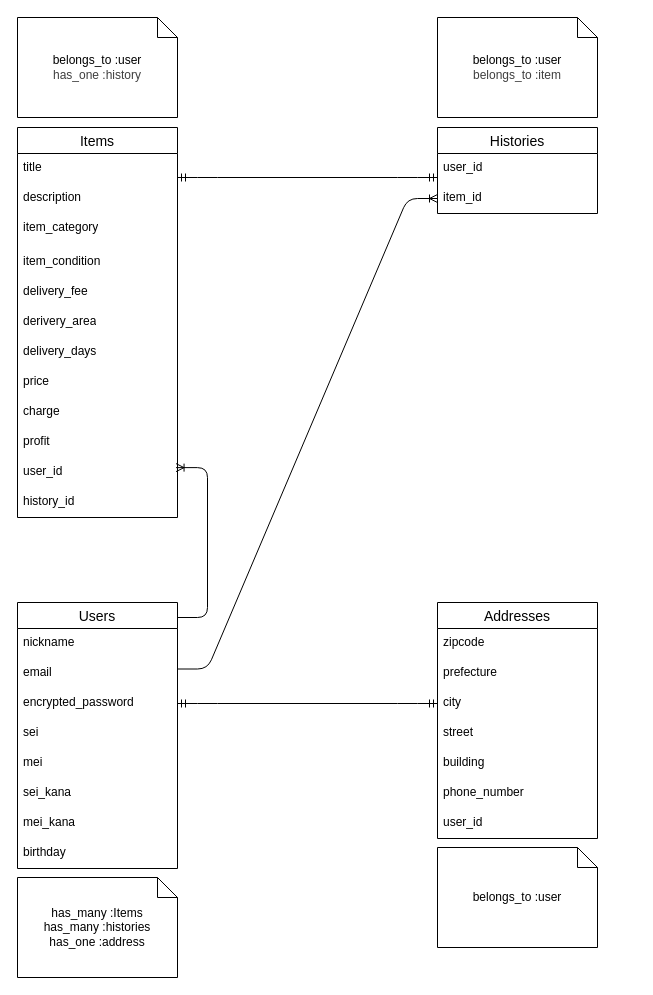
This is furima.dio from chiakirinn1717/furima-41971, a draw.io file, before an edit. Source tidied: cells renumbered, new cells numbered last; positions are measured from the earlier drawing's top-left corner, leaving out a move shared by most shapes. Both pictures are drawn from the tidied source at 100%, with x=0, y=0 at pixel (17, 17).
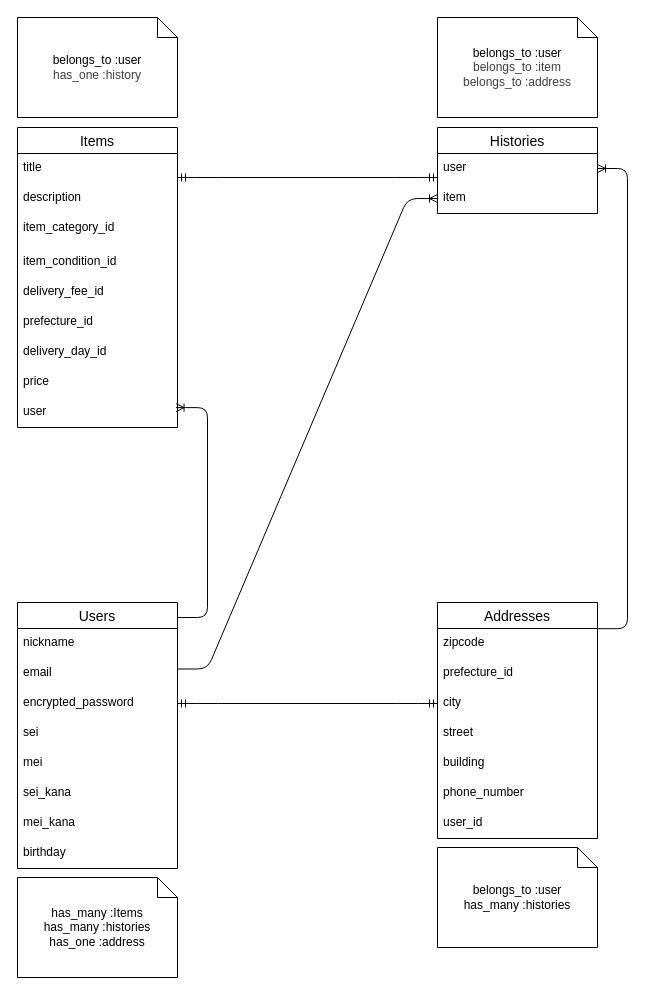
After the change.

The change refers to these unchanged cells:
```xml
<mxCell id="24" value="Addresses" style="swimlane;fontStyle=0;horizontal=1;startSize=26;align=center;fontSize=14;" parent="1" vertex="1">
  <mxGeometry x="420" y="585" width="160" height="236" as="geometry" />
</mxCell>
<mxCell id="37" value="Histories" style="swimlane;fontStyle=0;horizontal=1;startSize=26;align=center;fontSize=14;" parent="1" vertex="1">
  <mxGeometry x="420" y="110" width="160" height="86" as="geometry" />
</mxCell>
```

What changed in the source:
```diff
@@
     <mxCell id="11" value="Items" style="swimlane;fontStyle=0;horizontal=1;startSize=26;align=center;fontSize=14;" parent="1" vertex="1">
-      <mxGeometry y="110" width="160" height="390" as="geometry" />
+      <mxGeometry y="110" width="160" height="300" as="geometry" />
     </mxCell>
@@
-    <mxCell id="14" value="item_category" style="text;strokeColor=none;fillColor=none;spacingLeft=4;spacingRight=4;overflow=hidden;fontSize=12;whiteSpace=wrap;html=1;" parent="11" vertex="1">
+    <mxCell id="14" value="item_category_id" style="text;strokeColor=none;fillColor=none;spacingLeft=4;spacingRight=4;overflow=hidden;fontSize=12;whiteSpace=wrap;html=1;" parent="11" vertex="1">
       <mxGeometry y="86" width="160" height="34" as="geometry" />
     </mxCell>
-    <mxCell id="15" value="item_condition" style="text;strokeColor=none;fillColor=none;spacingLeft=4;spacingRight=4;overflow=hidden;fontSize=12;whiteSpace=wrap;html=1;" parent="11" vertex="1">
+    <mxCell id="15" value="item_condition_id" style="text;strokeColor=none;fillColor=none;spacingLeft=4;spacingRight=4;overflow=hidden;fontSize=12;whiteSpace=wrap;html=1;" parent="11" vertex="1">
       <mxGeometry y="120" width="160" height="30" as="geometry" />
     </mxCell>
-    <mxCell id="16" value="delivery_fee" style="text;strokeColor=none;fillColor=none;spacingLeft=4;spacingRight=4;overflow=hidden;fontSize=12;whiteSpace=wrap;html=1;" parent="11" vertex="1">
+    <mxCell id="16" value="delivery_fee_id" style="text;strokeColor=none;fillColor=none;spacingLeft=4;spacingRight=4;overflow=hidden;fontSize=12;whiteSpace=wrap;html=1;" parent="11" vertex="1">
       <mxGeometry y="150" width="160" height="30" as="geometry" />
     </mxCell>
-    <mxCell id="17" value="derivery_area" style="text;strokeColor=none;fillColor=none;spacingLeft=4;spacingRight=4;overflow=hidden;fontSize=12;whiteSpace=wrap;html=1;" parent="11" vertex="1">
+    <mxCell id="17" value="prefecture_id" style="text;strokeColor=none;fillColor=none;spacingLeft=4;spacingRight=4;overflow=hidden;fontSize=12;whiteSpace=wrap;html=1;" parent="11" vertex="1">
       <mxGeometry y="180" width="160" height="30" as="geometry" />
     </mxCell>
-    <mxCell id="18" value="delivery_days" style="text;strokeColor=none;fillColor=none;spacingLeft=4;spacingRight=4;overflow=hidden;fontSize=12;whiteSpace=wrap;html=1;" parent="11" vertex="1">
+    <mxCell id="18" value="delivery_day_id" style="text;strokeColor=none;fillColor=none;spacingLeft=4;spacingRight=4;overflow=hidden;fontSize=12;whiteSpace=wrap;html=1;" parent="11" vertex="1">
       <mxGeometry y="210" width="160" height="30" as="geometry" />
     </mxCell>
@@
-    <mxCell id="20" value="charge" style="text;strokeColor=none;fillColor=none;spacingLeft=4;spacingRight=4;overflow=hidden;fontSize=12;whiteSpace=wrap;html=1;" parent="11" vertex="1">
-      <mxGeometry y="270" width="160" height="30" as="geometry" />
-    </mxCell>
-    <mxCell id="21" value="profit" style="text;strokeColor=none;fillColor=none;spacingLeft=4;spacingRight=4;overflow=hidden;fontSize=12;whiteSpace=wrap;html=1;" parent="11" vertex="1">
-      <mxGeometry y="300" width="160" height="30" as="geometry" />
-    </mxCell>
-    <mxCell id="22" value="user_id" style="text;strokeColor=none;fillColor=none;spacingLeft=4;spacingRight=4;overflow=hidden;points=[[0,0.5],[1,0.5]];portConstraint=eastwest;fontSize=12;whiteSpace=wrap;html=1;" parent="11" vertex="1">
-      <mxGeometry y="330" width="160" height="30" as="geometry" />
+    <mxCell id="22" value="user" style="text;strokeColor=none;fillColor=none;spacingLeft=4;spacingRight=4;overflow=hidden;points=[[0,0.5],[1,0.5]];portConstraint=eastwest;fontSize=12;whiteSpace=wrap;html=1;" parent="11" vertex="1">
+      <mxGeometry y="270" width="160" height="30" as="geometry" />
     </mxCell>
-    <mxCell id="23" value="history_id" style="text;strokeColor=none;fillColor=none;spacingLeft=4;spacingRight=4;overflow=hidden;fontSize=12;whiteSpace=wrap;html=1;" parent="11" vertex="1">
-      <mxGeometry y="360" width="160" height="30" as="geometry" />
-    </mxCell>
@@
-    <mxCell id="26" value="prefecture" style="text;strokeColor=none;fillColor=none;spacingLeft=4;spacingRight=4;overflow=hidden;fontSize=12;whiteSpace=wrap;html=1;" parent="24" vertex="1">
+    <mxCell id="26" value="prefecture_id" style="text;strokeColor=none;fillColor=none;spacingLeft=4;spacingRight=4;overflow=hidden;fontSize=12;whiteSpace=wrap;html=1;" parent="24" vertex="1">
       <mxGeometry y="56" width="160" height="30" as="geometry" />
     </mxCell>
@@
-    <mxCell id="35" value="&lt;div&gt;belongs_to :user&lt;/div&gt;" style="shape=note;size=20;whiteSpace=wrap;html=1;" parent="1" vertex="1">
+    <mxCell id="35" value="&lt;div&gt;belongs_to :user&lt;/div&gt;&lt;div&gt;has_many :histories&lt;/div&gt;" style="shape=note;size=20;whiteSpace=wrap;html=1;" parent="1" vertex="1">
       <mxGeometry x="420" y="830" width="160" height="100" as="geometry" />
     </mxCell>
@@
-    <mxCell id="38" value="user_id" style="text;strokeColor=none;fillColor=none;spacingLeft=4;spacingRight=4;overflow=hidden;points=[[0,0.5],[1,0.5]];portConstraint=eastwest;fontSize=12;whiteSpace=wrap;html=1;" parent="37" vertex="1">
+    <mxCell id="38" value="user" style="text;strokeColor=none;fillColor=none;spacingLeft=4;spacingRight=4;overflow=hidden;points=[[0,0.5],[1,0.5]];portConstraint=eastwest;fontSize=12;whiteSpace=wrap;html=1;" parent="37" vertex="1">
       <mxGeometry y="26" width="160" height="30" as="geometry" />
     </mxCell>
-    <mxCell id="39" value="item_id" style="text;strokeColor=none;fillColor=none;spacingLeft=4;spacingRight=4;overflow=hidden;points=[[0,0.5],[1,0.5]];portConstraint=eastwest;fontSize=12;whiteSpace=wrap;html=1;" parent="37" vertex="1">
+    <mxCell id="39" value="item" style="text;strokeColor=none;fillColor=none;spacingLeft=4;spacingRight=4;overflow=hidden;points=[[0,0.5],[1,0.5]];portConstraint=eastwest;fontSize=12;whiteSpace=wrap;html=1;" parent="37" vertex="1">
       <mxGeometry y="56" width="160" height="30" as="geometry" />
     </mxCell>
@@
-    <mxCell id="42" value="&lt;div&gt;belongs_to :user&lt;/div&gt;&lt;div&gt;&lt;span style=&quot;color: rgb(63, 63, 63);&quot;&gt;belongs_to :item&lt;/span&gt;&lt;/div&gt;" style="shape=note;size=20;whiteSpace=wrap;html=1;" parent="1" vertex="1">
+    <mxCell id="42" value="&lt;div&gt;belongs_to :user&lt;/div&gt;&lt;div&gt;&lt;span style=&quot;color: rgb(63, 63, 63);&quot;&gt;belongs_to :item&lt;/span&gt;&lt;/div&gt;&lt;div&gt;&lt;span style=&quot;color: rgb(63, 63, 63);&quot;&gt;belongs_to :address&lt;/span&gt;&lt;/div&gt;" style="shape=note;size=20;whiteSpace=wrap;html=1;" parent="1" vertex="1">
       <mxGeometry x="420" width="160" height="100" as="geometry" />
     </mxCell>
+    <mxCell id="43" style="edgeStyle=entityRelationEdgeStyle;fontSize=12;html=1;endArrow=ERoneToMany;entryX=1;entryY=0.5;entryDx=0;entryDy=0;exitX=1;exitY=0.111;exitDx=0;exitDy=0;exitPerimeter=0;" parent="1" edge="1" source="24" target="38">
+      <mxGeometry relative="1" as="geometry">
+        <Array as="points">
+          <mxPoint x="590" y="630" />
+          <mxPoint x="670" y="519" />
+          <mxPoint x="1000" y="319" />
+          <mxPoint x="930" y="379" />
+          <mxPoint x="650" y="359" />
+          <mxPoint x="660" y="549" />
+        </Array>
+      </mxGeometry>
+    </mxCell>
```
